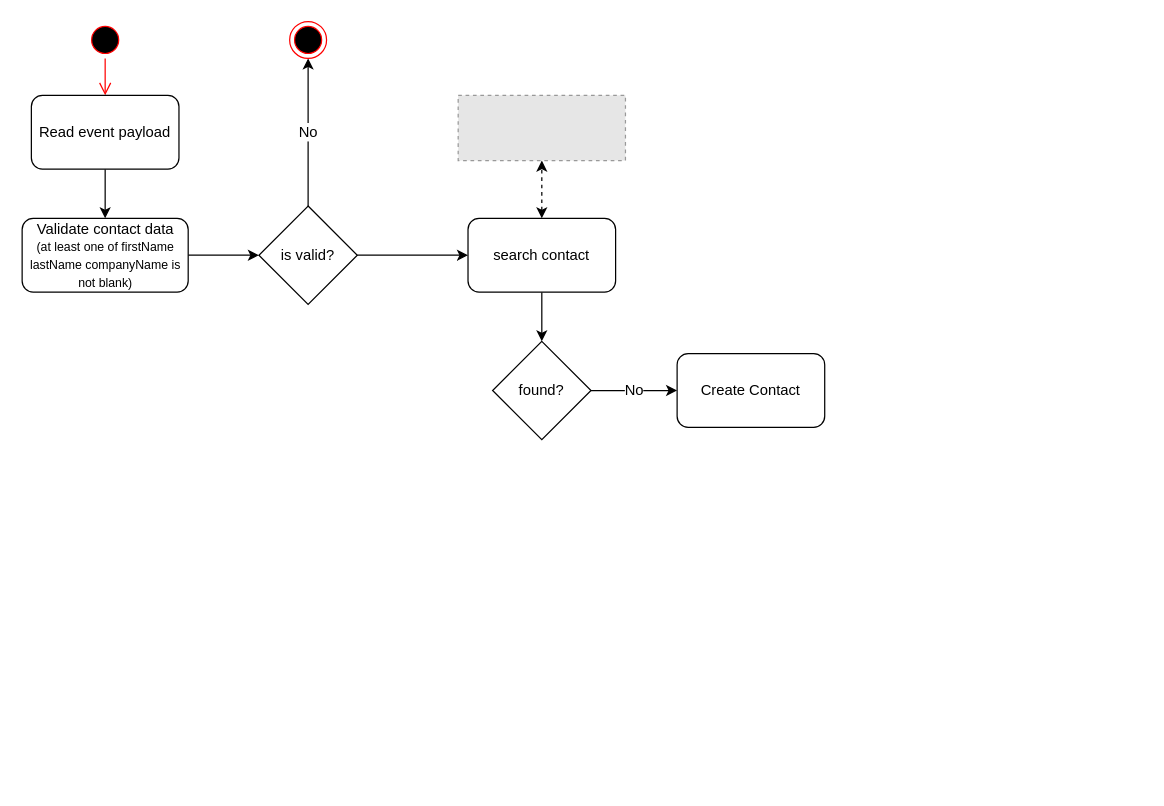
Above: workers/Untitled Diagram.drawio in CallLoop/CL2-diagrams (draw.io), before the change. Source tidied: cells renumbered, new cells numbered last; positions are measured from the earlier drawing's top-left corner, leaving out a move shared by most shapes. Both pictures are drawn from the tidied source at 123%, with x=0, y=0 at pixel (22, 21). Pictures stored in the file or linked from it are replaced by grey dashed boxes.
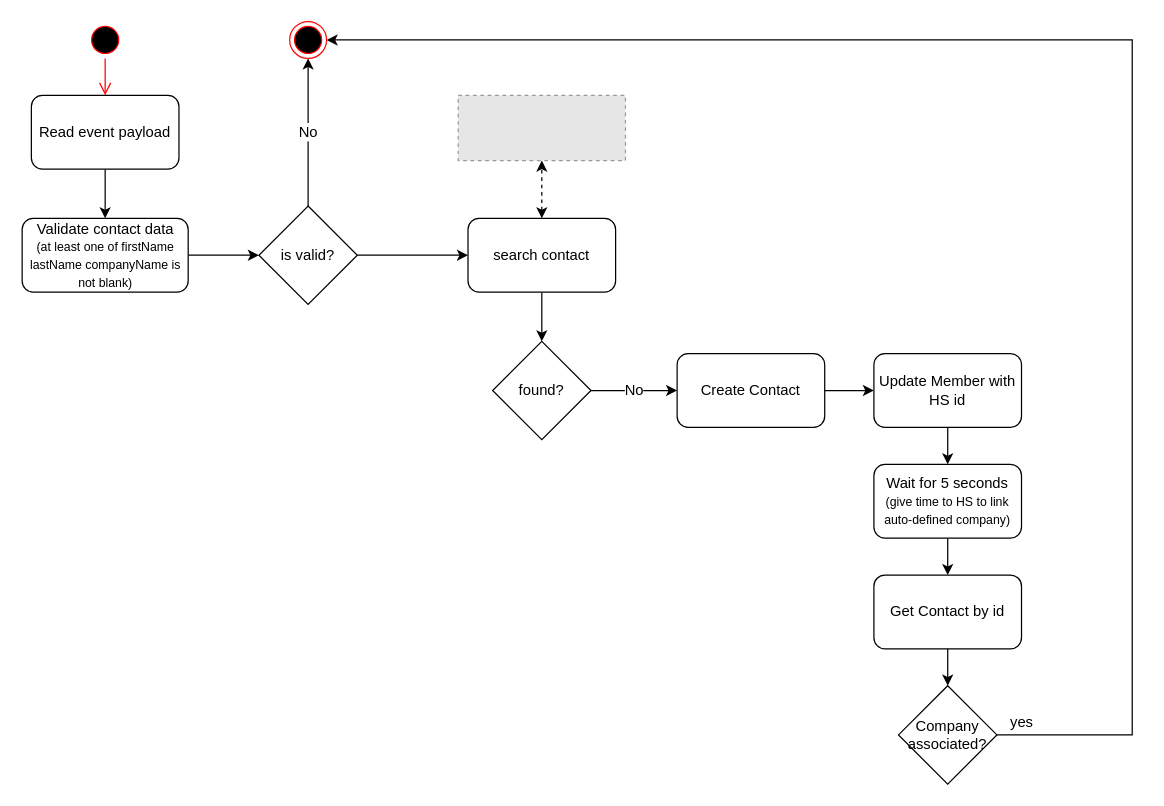
Above is the later version.

Unchanged cells that the change refers to:
```xml
<mxCell id="11" style="ellipse;html=1;shape=endState;fillColor=#000000;strokeColor=#ff0000;fontSize=12;" parent="1" vertex="1">
  <mxGeometry x="217" width="30" height="30" as="geometry" />
</mxCell>
<mxCell id="18" value="Create Contact" style="rounded=1;whiteSpace=wrap;html=1;fontSize=12;" parent="1" vertex="1">
  <mxGeometry x="532" y="270" width="120" height="60" as="geometry" />
</mxCell>
```

Change to the diagram source:
```diff
@@
+    <mxCell id="19" style="edgeStyle=orthogonalEdgeStyle;rounded=0;jettySize=auto;html=1;exitX=0.5;exitY=1;exitDx=0;exitDy=0;entryX=0.5;entryY=0;entryDx=0;entryDy=0;fontSize=12;startArrow=none;startFill=0;" parent="1" edge="1" source="27" target="22">
+      <mxGeometry relative="1" as="geometry" />
+    </mxCell>
+    <mxCell id="20" style="edgeStyle=orthogonalEdgeStyle;rounded=0;jettySize=auto;html=1;exitX=1;exitY=0.5;exitDx=0;exitDy=0;entryX=0;entryY=0.5;entryDx=0;entryDy=0;fontSize=12;startArrow=none;startFill=0;" parent="1" edge="1" source="18" target="27">
+      <mxGeometry relative="1" as="geometry" />
+    </mxCell>
@@
+    <mxCell id="21" style="edgeStyle=orthogonalEdgeStyle;rounded=0;jettySize=auto;html=1;exitX=0.5;exitY=1;exitDx=0;exitDy=0;entryX=0.5;entryY=0;entryDx=0;entryDy=0;fontSize=12;startArrow=none;startFill=0;" parent="1" edge="1" source="22" target="24">
+      <mxGeometry relative="1" as="geometry" />
+    </mxCell>
+    <mxCell id="22" value="Wait for 5 seconds&lt;br&gt;&lt;font style=&quot;font-size: 10px;&quot;&gt;(give time to HS to link auto-defined company)&lt;/font&gt;" style="rounded=1;whiteSpace=wrap;html=1;fontSize=12;" parent="1" vertex="1">
+      <mxGeometry x="692" y="360" width="120" height="60" as="geometry" />
+    </mxCell>
+    <mxCell id="23" style="edgeStyle=orthogonalEdgeStyle;rounded=0;jettySize=auto;html=1;exitX=0.5;exitY=1;exitDx=0;exitDy=0;entryX=0.5;entryY=0;entryDx=0;entryDy=0;fontSize=12;startArrow=none;startFill=0;" parent="1" edge="1" source="24" target="26">
+      <mxGeometry relative="1" as="geometry" />
+    </mxCell>
+    <mxCell id="24" value="Get Contact by id" style="rounded=1;whiteSpace=wrap;html=1;fontSize=12;" parent="1" vertex="1">
+      <mxGeometry x="692" y="450" width="120" height="60" as="geometry" />
+    </mxCell>
+    <mxCell id="25" value="yes" style="edgeStyle=orthogonalEdgeStyle;rounded=0;jettySize=auto;html=1;exitX=1;exitY=0.5;exitDx=0;exitDy=0;entryX=1;entryY=0.5;entryDx=0;entryDy=0;fontSize=12;startArrow=none;startFill=0;" parent="1" edge="1" source="26" target="11">
+      <mxGeometry x="-0.97" y="10" relative="1" as="geometry">
+        <Array as="points">
+          <mxPoint x="902" y="580" />
+          <mxPoint x="902" y="15" />
+        </Array>
+      </mxGeometry>
+    </mxCell>
+    <mxCell id="26" value="Company&lt;br&gt;associated?" style="rhombus;whiteSpace=wrap;html=1;fontSize=12;" parent="1" vertex="1">
+      <mxGeometry x="712" y="540" width="80" height="80" as="geometry" />
+    </mxCell>
+    <mxCell id="27" value="Update Member with HS id" style="rounded=1;whiteSpace=wrap;html=1;fontSize=12;" parent="1" vertex="1">
+      <mxGeometry x="692" y="270" width="120" height="60" as="geometry" />
+    </mxCell>
```
